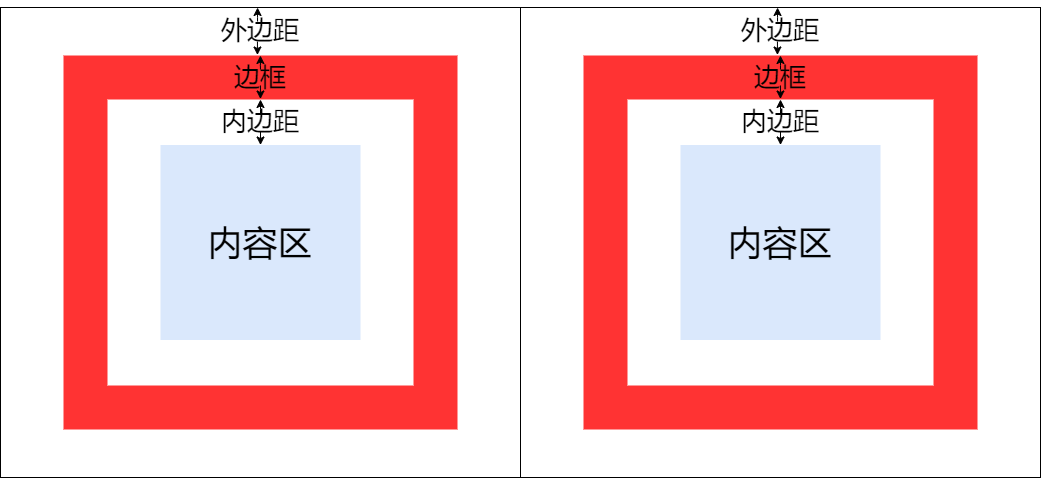
ywanzhou/Learn-front-end-from-scratc keeps this draw.io diagram as 02_HTML和CSS/14_盒子模型/image/01_盒子模型各个组成部分.png. Above is the earlier version. Source tidied: cells renumbered, new cells last; positions are measured from the earlier drawing's top-left corner, leaving out a move shared by most shapes.
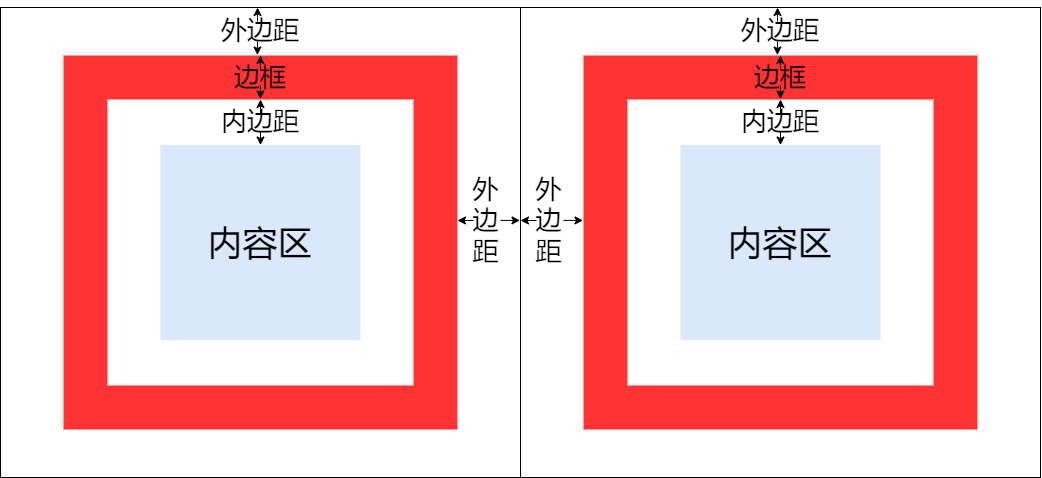
After the commit.

Commit message:
盒子模型各个组成部分

The edit, as a diff of the source:
```diff
@@ -128,5 +128,46 @@
         <mxPoint x="776.9" y="47.5" as="targetPoint" />
       </mxGeometry>
     </mxCell>
+    <mxCell id="26" style="edgeStyle=orthogonalEdgeStyle;rounded=0;jettySize=auto;html=1;entryX=0.999;entryY=0.453;entryDx=0;entryDy=0;entryPerimeter=0;" parent="1" edge="1" source="27" target="2">
+      <mxGeometry relative="1" as="geometry">
+        <Array as="points">
+          <mxPoint x="500" y="213" />
+        </Array>
+      </mxGeometry>
+    </mxCell>
+    <mxCell id="27" value="&lt;font style=&quot;font-size: 26px&quot;&gt;外&lt;br&gt;边&lt;br&gt;距&lt;/font&gt;" style="text;html=1;strokeColor=none;fillColor=none;align=center;verticalAlign=middle;whiteSpace=wrap;rounded=0;strokeWidth=4;" parent="1" vertex="1">
+      <mxGeometry x="471" y="173" width="29" height="80" as="geometry" />
+    </mxCell>
+    <mxCell id="28" style="edgeStyle=orthogonalEdgeStyle;rounded=0;orthogonalLoop=1;jettySize=auto;html=1;" parent="1" edge="1">
+      <mxGeometry relative="1" as="geometry">
+        <mxPoint x="473" y="213" as="sourcePoint" />
+        <mxPoint x="457" y="213" as="targetPoint" />
+        <Array as="points">
+          <mxPoint x="467" y="213" />
+          <mxPoint x="467" y="213" />
+        </Array>
+      </mxGeometry>
+    </mxCell>
+    <mxCell id="29" style="edgeStyle=orthogonalEdgeStyle;rounded=0;jettySize=auto;html=1;entryX=0.999;entryY=0.453;entryDx=0;entryDy=0;entryPerimeter=0;" parent="1" edge="1" source="30">
+      <mxGeometry relative="1" as="geometry">
+        <mxPoint x="582.5" y="212.9" as="targetPoint" />
+        <Array as="points">
+          <mxPoint x="563" y="213" />
+        </Array>
+      </mxGeometry>
+    </mxCell>
+    <mxCell id="30" value="&lt;font style=&quot;font-size: 26px&quot;&gt;外&lt;br&gt;边&lt;br&gt;距&lt;/font&gt;" style="text;html=1;strokeColor=none;fillColor=none;align=center;verticalAlign=middle;whiteSpace=wrap;rounded=0;strokeWidth=4;" parent="1" vertex="1">
+      <mxGeometry x="534" y="173" width="29" height="80" as="geometry" />
+    </mxCell>
+    <mxCell id="31" style="edgeStyle=orthogonalEdgeStyle;rounded=0;orthogonalLoop=1;jettySize=auto;html=1;" parent="1" edge="1">
+      <mxGeometry relative="1" as="geometry">
+        <mxPoint x="536" y="213" as="sourcePoint" />
+        <mxPoint x="520" y="213" as="targetPoint" />
+        <Array as="points">
+          <mxPoint x="530" y="213" />
+          <mxPoint x="530" y="213" />
+        </Array>
+      </mxGeometry>
+    </mxCell>
   </root>
 </mxGraphModel>
```
